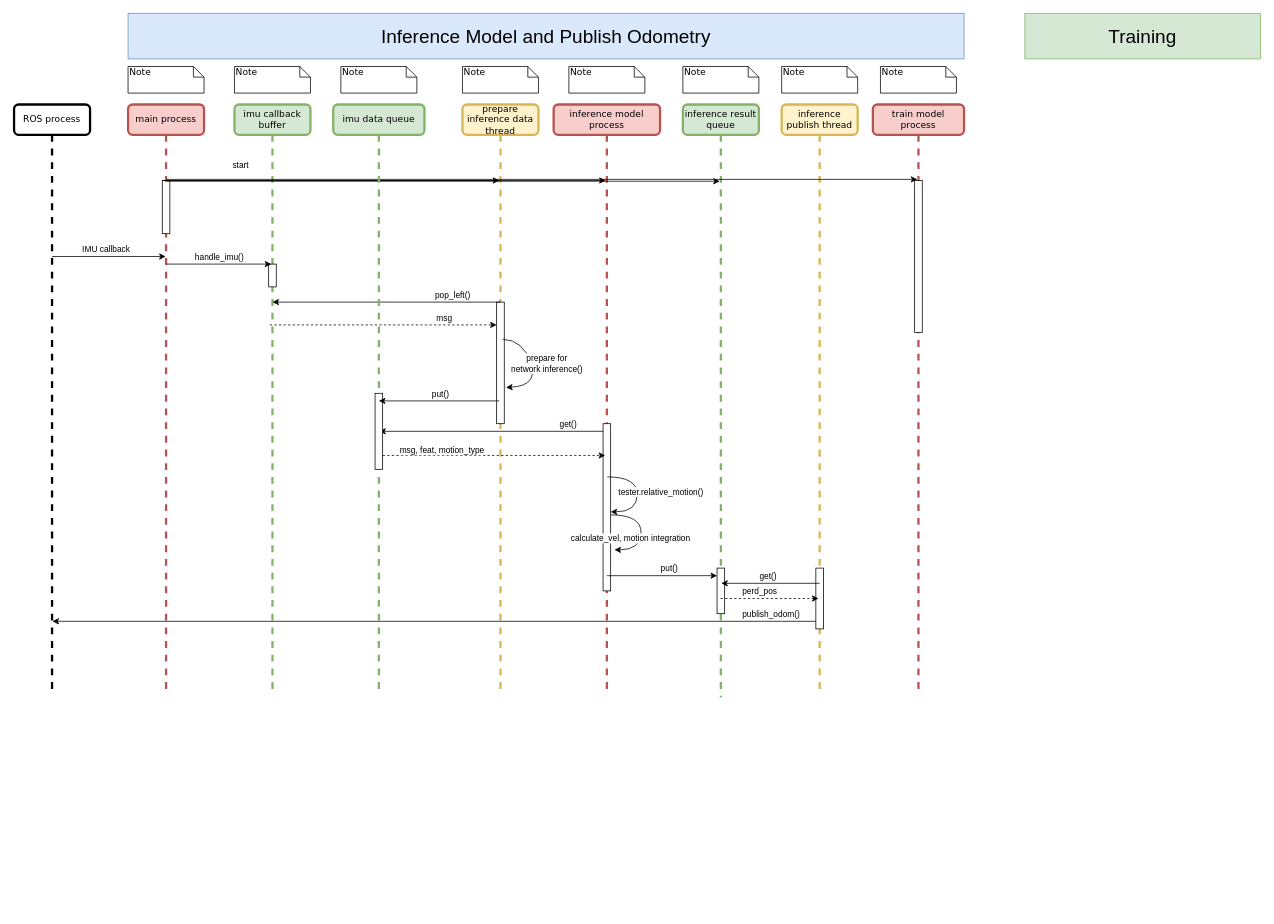
This is IMU_online.drawio from infinity1096/CV-network-fulltrace, a draw.io file, before an edit. Source tidied: cells renumbered, new cells numbered last; positions are measured from the earlier drawing's top-left corner, leaving out a move shared by most shapes. Both pictures are drawn from the tidied source at 76%, with x=0, y=0 at pixel (14, 13).
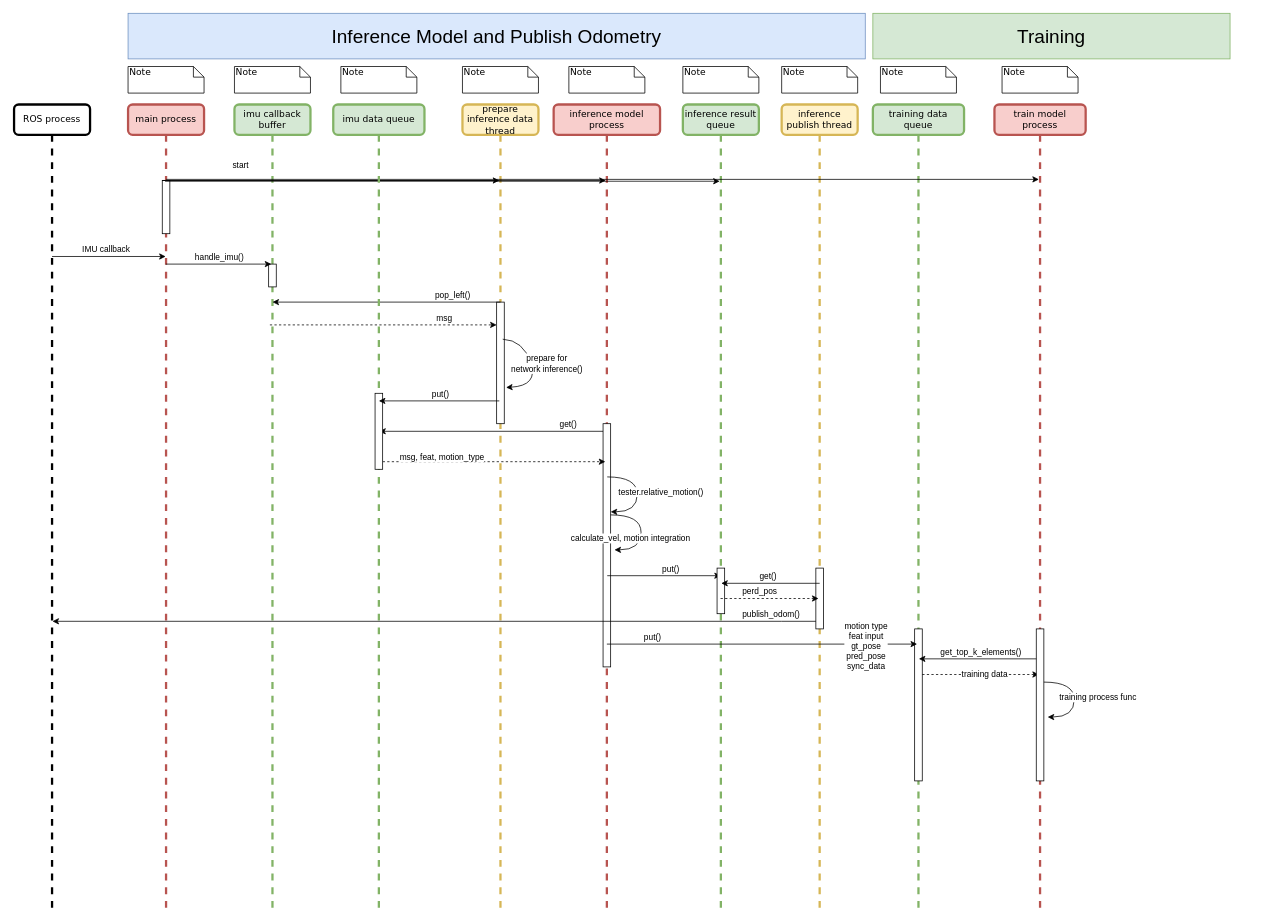
The same page after the edit.

The change refers to these unchanged cells:
```xml
<mxCell id="19" style="html=1;points=[];perimeter=orthogonalPerimeter;rounded=0;shadow=0;comic=0;labelBackgroundColor=none;strokeWidth=1;fontFamily=Verdana;fontSize=12;align=center;" parent="18" vertex="1">
  <mxGeometry x="45" y="610" width="10" height="60" as="geometry" />
</mxCell>
<mxCell id="27" style="html=1;points=[];perimeter=orthogonalPerimeter;rounded=0;shadow=0;comic=0;labelBackgroundColor=none;strokeWidth=1;fontFamily=Verdana;fontSize=12;align=center;" parent="26" vertex="1">
  <mxGeometry x="45" y="100" width="10" height="70" as="geometry" />
</mxCell>
<mxCell id="47" style="html=1;points=[];perimeter=orthogonalPerimeter;rounded=0;shadow=0;comic=0;labelBackgroundColor=none;strokeWidth=1;fontFamily=Verdana;fontSize=12;align=center;" parent="46" vertex="1">
  <mxGeometry x="55" y="380" width="10" height="100" as="geometry" />
</mxCell>
```

Diff of the diagram source:
```diff
@@
     <mxCell id="2" value="inference model process" style="shape=umlLifeline;perimeter=lifelinePerimeter;whiteSpace=wrap;html=1;outlineConnect=0;rounded=1;shadow=0;comic=0;labelBackgroundColor=none;strokeWidth=3;fontFamily=Verdana;fontSize=12;align=center;fillColor=#f8cecc;strokeColor=#b85450;" parent="1" vertex="1">
-      <mxGeometry x="710" y="120" width="140" height="770" as="geometry" />
+      <mxGeometry x="710" y="120" width="140" height="1060" as="geometry" />
     </mxCell>
     <mxCell id="3" style="html=1;points=[];perimeter=orthogonalPerimeter;rounded=0;shadow=0;comic=0;labelBackgroundColor=none;strokeWidth=1;fontFamily=Verdana;fontSize=12;align=center;" parent="2" vertex="1">
-      <mxGeometry x="65" y="420" width="10" height="220" as="geometry" />
+      <mxGeometry x="65" y="420" width="10" height="320" as="geometry" />
     </mxCell>
@@
+    <mxCell id="53" style="endArrow=classic;html=1;rounded=0;" parent="2" edge="1" source="2">
+      <mxGeometry relative="1" as="geometry">
+        <mxPoint x="220" y="620" as="targetPoint" />
+      </mxGeometry>
+    </mxCell>
+    <mxCell id="54" value="put()" style="edgeLabel;html=1;align=center;verticalAlign=middle;" parent="53" vertex="1">
+      <mxGeometry x="-0.08" y="1" relative="1" as="geometry">
+        <mxPoint x="14" y="-9" as="offset" />
+      </mxGeometry>
+    </mxCell>
-    <mxCell id="10" value="train model process" style="shape=umlLifeline;perimeter=lifelinePerimeter;whiteSpace=wrap;html=1;outlineConnect=0;rounded=1;shadow=0;comic=0;labelBackgroundColor=none;strokeWidth=3;fontFamily=Verdana;fontSize=12;align=center;fillColor=#f8cecc;strokeColor=#b85450;" parent="1" vertex="1">
-      <mxGeometry x="1130" y="120" width="120" height="770" as="geometry" />
+    <mxCell id="10" value="training data queue" style="shape=umlLifeline;perimeter=lifelinePerimeter;whiteSpace=wrap;html=1;outlineConnect=0;rounded=1;shadow=0;comic=0;labelBackgroundColor=none;strokeWidth=3;fontFamily=Verdana;fontSize=12;align=center;fillColor=#d5e8d4;strokeColor=#82b366;" parent="1" vertex="1">
+      <mxGeometry x="1130" y="120" width="120" height="1060" as="geometry" />
     </mxCell>
-    <mxCell id="11" style="html=1;perimeter=orthogonalPerimeter;rounded=0;shadow=0;comic=0;labelBackgroundColor=none;strokeWidth=1;fontFamily=Verdana;fontSize=12;align=center;" parent="10" vertex="1">
-      <mxGeometry x="55" y="100" width="10" height="200" as="geometry" />
-    </mxCell>
+    <mxCell id="62" style="html=1;perimeter=orthogonalPerimeter;rounded=0;shadow=0;comic=0;labelBackgroundColor=none;strokeColor=#000000;strokeWidth=1;fillColor=#FFFFFF;fontFamily=Verdana;fontSize=12;fontColor=#000000;align=center;" parent="10" vertex="1">
+      <mxGeometry x="55" y="690" width="10" height="200" as="geometry" />
+    </mxCell>
+    <mxCell id="63" style="endArrow=classic;html=1;rounded=0;dashed=1;" parent="10" edge="1" target="68">
+      <mxGeometry relative="1" as="geometry">
+        <mxPoint x="65" y="750" as="sourcePoint" />
+      </mxGeometry>
+    </mxCell>
+    <mxCell id="64" value="training data" style="edgeLabel;html=1;align=center;verticalAlign=middle;" parent="63" vertex="1">
+      <mxGeometry x="0.05" y="1" relative="1" as="geometry" />
+    </mxCell>
     <mxCell id="12" value="prepare inference data thread" style="shape=umlLifeline;perimeter=lifelinePerimeter;whiteSpace=wrap;html=1;outlineConnect=0;rounded=1;shadow=0;comic=0;labelBackgroundColor=none;strokeWidth=3;fontFamily=Verdana;fontSize=12;align=center;fillColor=#fff2cc;strokeColor=#d6b656;" parent="1" vertex="1">
-      <mxGeometry x="590" y="120" width="100" height="770" as="geometry" />
+      <mxGeometry x="590" y="120" width="100" height="1060" as="geometry" />
     </mxCell>
@@
+    <mxCell id="51" style="endArrow=classic;html=1;rounded=0;dashed=1;" parent="12" edge="1">
+      <mxGeometry relative="1" as="geometry">
+        <mxPoint x="-105" y="470" as="sourcePoint" />
+        <mxPoint x="188" y="470" as="targetPoint" />
+      </mxGeometry>
+    </mxCell>
+    <mxCell id="52" value="msg, feat, motion_type" style="edgeLabel;html=1;align=center;verticalAlign=middle;" parent="51" vertex="1">
+      <mxGeometry x="0.37" y="-3" relative="1" as="geometry">
+        <mxPoint x="-124" y="-10" as="offset" />
+      </mxGeometry>
+    </mxCell>
     <mxCell id="18" value="inference result queue" style="shape=umlLifeline;perimeter=lifelinePerimeter;whiteSpace=wrap;html=1;outlineConnect=0;rounded=1;shadow=0;comic=0;labelBackgroundColor=none;strokeWidth=3;fontFamily=Verdana;fontSize=12;align=center;fillColor=#d5e8d4;strokeColor=#82b366;" parent="1" vertex="1">
-      <mxGeometry x="880" y="120" width="100" height="780" as="geometry" />
+      <mxGeometry x="880" y="120" width="100" height="1060" as="geometry" />
     </mxCell>
@@
     <mxCell id="20" value="imu callback buffer" style="shape=umlLifeline;perimeter=lifelinePerimeter;whiteSpace=wrap;html=1;outlineConnect=0;rounded=1;shadow=0;comic=0;labelBackgroundColor=none;strokeWidth=3;fontFamily=Verdana;fontSize=12;align=center;fillColor=#d5e8d4;strokeColor=#82b366;" parent="1" vertex="1">
-      <mxGeometry x="290" y="120" width="100" height="770" as="geometry" />
+      <mxGeometry x="290" y="120" width="100" height="1060" as="geometry" />
     </mxCell>
@@
     <mxCell id="22" value="inference publish thread" style="shape=umlLifeline;perimeter=lifelinePerimeter;whiteSpace=wrap;html=1;outlineConnect=0;rounded=1;shadow=0;comic=0;labelBackgroundColor=none;strokeWidth=3;fontFamily=Verdana;fontSize=12;align=center;fillColor=#fff2cc;strokeColor=#d6b656;" parent="1" vertex="1">
-      <mxGeometry x="1010" y="120" width="100" height="770" as="geometry" />
+      <mxGeometry x="1010" y="120" width="100" height="1060" as="geometry" />
     </mxCell>
@@
+    <mxCell id="65" style="endArrow=classic;html=1;rounded=0;" parent="22" edge="1">
+      <mxGeometry relative="1" as="geometry">
+        <mxPoint x="-230" y="710" as="sourcePoint" />
+        <mxPoint x="178.2" y="710" as="targetPoint" />
+      </mxGeometry>
+    </mxCell>
+    <mxCell id="66" value="put()" style="edgeLabel;html=1;align=center;verticalAlign=middle;" parent="65" vertex="1">
+      <mxGeometry x="-0.81" y="-1" relative="1" as="geometry">
+        <mxPoint x="20" y="-11" as="offset" />
+      </mxGeometry>
+    </mxCell>
+    <mxCell id="67" value="motion type&lt;div&gt;feat input&lt;/div&gt;&lt;div&gt;gt_pose&lt;/div&gt;&lt;div&gt;pred_pose&lt;/div&gt;&lt;div&gt;sync_data&lt;/div&gt;" style="edgeLabel;html=1;align=center;verticalAlign=middle;" parent="65" vertex="1">
+      <mxGeometry x="0.7" y="-2" relative="1" as="geometry">
+        <mxPoint x="-7" as="offset" />
+      </mxGeometry>
+    </mxCell>
     <mxCell id="26" value="main process" style="shape=umlLifeline;perimeter=lifelinePerimeter;whiteSpace=wrap;html=1;rounded=1;shadow=0;comic=0;labelBackgroundColor=none;strokeWidth=3;fontFamily=Verdana;fontSize=12;align=center;fillColor=#f8cecc;strokeColor=#b85450;" parent="1" vertex="1">
-      <mxGeometry x="150" y="120" width="100" height="770" as="geometry" />
+      <mxGeometry x="150" y="120" width="100" height="1060" as="geometry" />
     </mxCell>
@@
-    <mxCell id="38" style="endArrow=classic;html=1;rounded=0;exitX=0.518;exitY=-0.021;exitDx=0;exitDy=0;exitPerimeter=0;" parent="1" edge="1" source="27" target="10">
+    <mxCell id="38" style="endArrow=classic;html=1;rounded=0;exitX=0.518;exitY=-0.021;exitDx=0;exitDy=0;exitPerimeter=0;" parent="1" edge="1" source="27" target="68">
       <mxGeometry relative="1" as="geometry" />
     </mxCell>
@@
     <mxCell id="46" value="imu data queue" style="shape=umlLifeline;perimeter=lifelinePerimeter;whiteSpace=wrap;html=1;outlineConnect=0;rounded=1;shadow=0;comic=0;labelBackgroundColor=none;strokeWidth=3;fontFamily=Verdana;fontSize=12;align=center;fillColor=#d5e8d4;strokeColor=#82b366;" parent="1" vertex="1">
-      <mxGeometry x="420" y="120" width="120" height="770" as="geometry" />
+      <mxGeometry x="420" y="120" width="120" height="1060" as="geometry" />
     </mxCell>
@@
-    <mxCell id="51" style="endArrow=classic;html=1;rounded=0;entryX=0.278;entryY=0.19;entryDx=0;entryDy=0;entryPerimeter=0;dashed=1;" parent="1" edge="1" source="47" target="3">
-      <mxGeometry relative="1" as="geometry" />
-    </mxCell>
-    <mxCell id="52" value="msg, feat, motion_type" style="edgeLabel;html=1;align=center;verticalAlign=middle;" parent="51" vertex="1">
-      <mxGeometry x="0.37" y="-3" relative="1" as="geometry">
-        <mxPoint x="-124" y="-10" as="offset" />
-      </mxGeometry>
-    </mxCell>
-    <mxCell id="53" style="endArrow=classic;html=1;rounded=0;exitX=0.5;exitY=0.909;exitDx=0;exitDy=0;exitPerimeter=0;" parent="1" edge="1" source="3" target="19">
-      <mxGeometry relative="1" as="geometry" />
-    </mxCell>
-    <mxCell id="54" value="put()" style="edgeLabel;html=1;align=center;verticalAlign=middle;" parent="53" vertex="1">
-      <mxGeometry x="-0.08" y="1" relative="1" as="geometry">
-        <mxPoint x="14" y="-9" as="offset" />
-      </mxGeometry>
-    </mxCell>
@@
     <mxCell id="57" value="ROS process" style="shape=umlLifeline;perimeter=lifelinePerimeter;whiteSpace=wrap;html=1;outlineConnect=0;rounded=1;shadow=0;comic=0;labelBackgroundColor=none;strokeWidth=3;fontFamily=Verdana;fontSize=12;align=center;" parent="1" vertex="1">
-      <mxGeometry y="120" width="100" height="770" as="geometry" />
+      <mxGeometry y="120" width="100" height="1060" as="geometry" />
     </mxCell>
@@
     <mxCell id="60" value="&lt;font style=&quot;font-size: 25px;&quot;&gt;Inference Model and Publish Odometry&lt;/font&gt;" style="rounded=0;whiteSpace=wrap;html=1;fillColor=#dae8fc;strokeColor=#6c8ebf;" parent="1" vertex="1">
-      <mxGeometry x="150" width="1100" height="60" as="geometry" />
+      <mxGeometry x="150" width="970" height="60" as="geometry" />
     </mxCell>
     <mxCell id="61" value="&lt;font style=&quot;font-size: 25px;&quot;&gt;Training&lt;/font&gt;" style="rounded=0;whiteSpace=wrap;html=1;fillColor=#d5e8d4;strokeColor=#82b366;" parent="1" vertex="1">
-      <mxGeometry x="1330" width="310" height="60" as="geometry" />
+      <mxGeometry x="1130" width="470" height="60" as="geometry" />
     </mxCell>
+    <mxCell id="68" value="train model process" style="shape=umlLifeline;perimeter=lifelinePerimeter;whiteSpace=wrap;html=1;outlineConnect=0;rounded=1;shadow=0;comic=0;labelBackgroundColor=none;strokeWidth=3;fontFamily=Verdana;fontSize=12;align=center;fillColor=#f8cecc;strokeColor=#b85450;" parent="1" vertex="1">
+      <mxGeometry x="1290" y="120" width="120" height="1060" as="geometry" />
+    </mxCell>
+    <mxCell id="11" style="html=1;perimeter=orthogonalPerimeter;rounded=0;shadow=0;comic=0;labelBackgroundColor=none;strokeWidth=1;fontFamily=Verdana;fontSize=12;align=center;" parent="68" vertex="1">
+      <mxGeometry x="55" y="690" width="10" height="200" as="geometry" />
+    </mxCell>
+    <mxCell id="69" style="endArrow=classic;html=1;rounded=0;" parent="68" edge="1" target="10">
+      <mxGeometry relative="1" as="geometry">
+        <mxPoint x="55" y="729.4" as="sourcePoint" />
+      </mxGeometry>
+    </mxCell>
+    <mxCell id="70" value="get_top_k_elements()" style="edgeLabel;html=1;align=center;verticalAlign=middle;" parent="69" vertex="1">
+      <mxGeometry x="-0.08" y="4" relative="1" as="geometry">
+        <mxPoint x="-3" y="-13" as="offset" />
+      </mxGeometry>
+    </mxCell>
+    <mxCell id="71" style="curved=1;endArrow=classic;html=1;rounded=0;" parent="68" edge="1">
+      <mxGeometry relative="1" as="geometry">
+        <mxPoint x="65" y="760" as="sourcePoint" />
+        <mxPoint x="70" y="806" as="targetPoint" />
+        <Array as="points">
+          <mxPoint x="105" y="760" />
+          <mxPoint x="105" y="806" />
+        </Array>
+      </mxGeometry>
+    </mxCell>
+    <mxCell id="72" value="training process func" style="edgeLabel;html=1;align=center;verticalAlign=middle;" parent="71" vertex="1">
+      <mxGeometry x="-0.12" y="-2" relative="1" as="geometry">
+        <mxPoint x="32" y="6" as="offset" />
+      </mxGeometry>
+    </mxCell>
+    <mxCell id="73" value="Note" style="shape=note;whiteSpace=wrap;html=1;size=14;verticalAlign=top;align=left;spacingTop=-6;rounded=0;shadow=0;comic=0;labelBackgroundColor=none;strokeWidth=1;fontFamily=Verdana;fontSize=12;" parent="1" vertex="1">
+      <mxGeometry x="1300" y="70" width="100" height="35" as="geometry" />
+    </mxCell>
```
